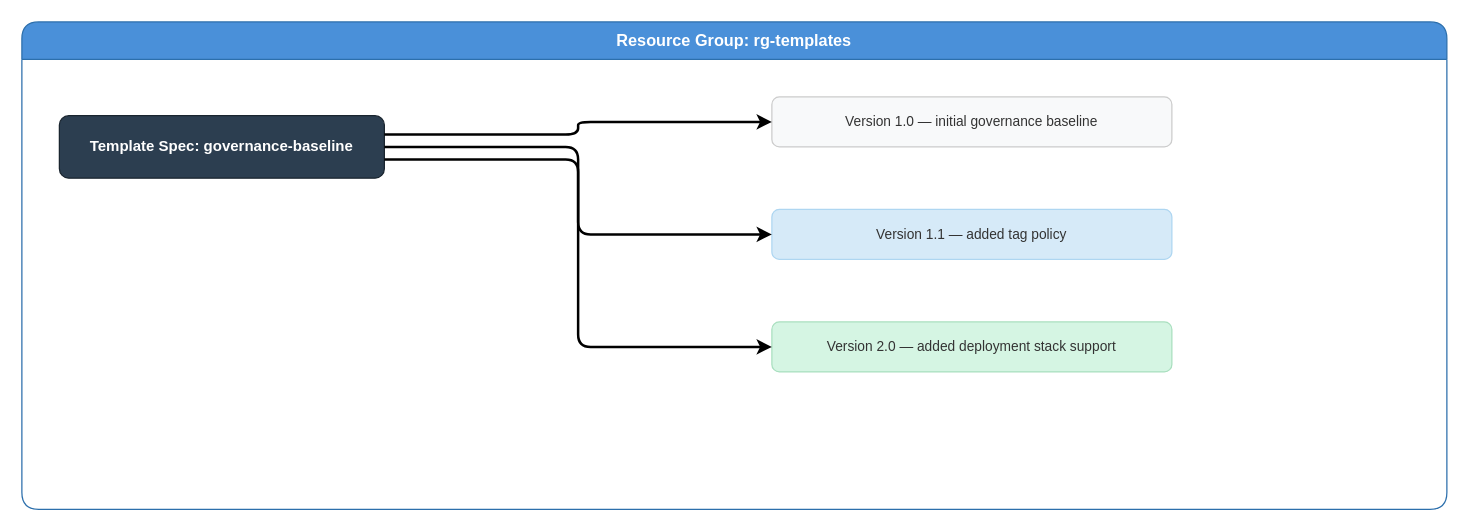
The draw.io diagram images/template-spec-versions.drawio in ricmmartins/azure-governance-made-simple, before the edit. Source tidied: cells renumbered, new cells numbered last; positions are measured from the earlier drawing's top-left corner, leaving out a move shared by most shapes. Both pictures are drawn from the tidied source at 125%, with x=0, y=0 at pixel (21, 21).
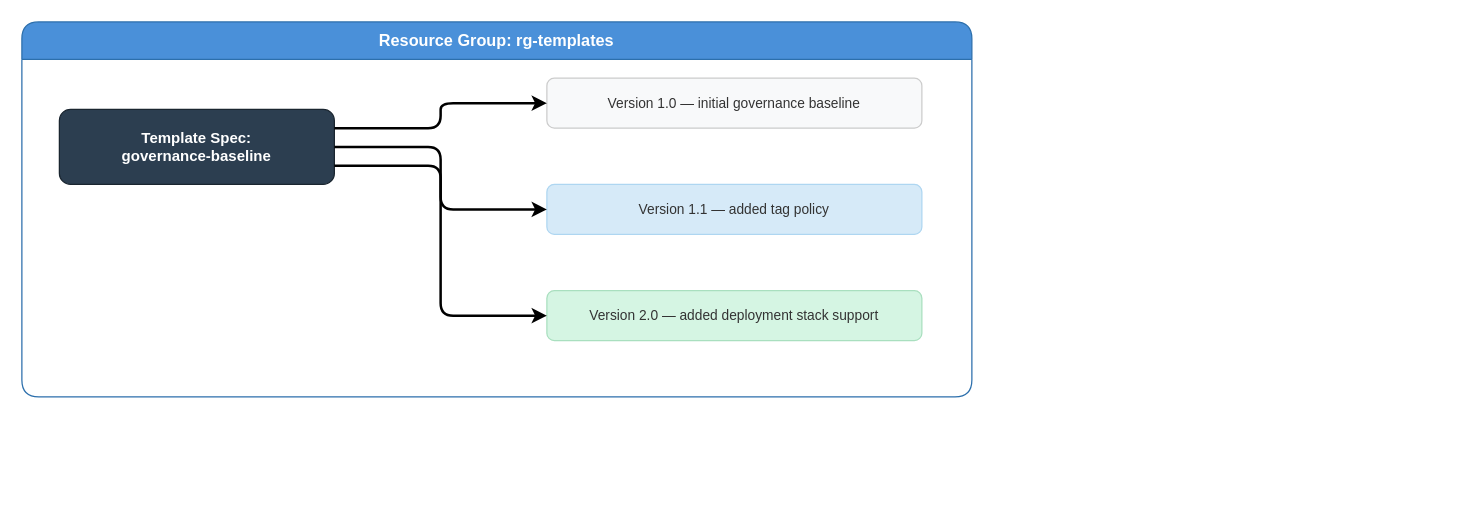
The same diagram, later.

The edit, as a diff of the source:
```diff
@@
 <mxGraphModel>
   <root>
     <mxCell id="0" />
     <mxCell id="1" parent="0" />
     <mxCell id="2" value="Resource Group: rg-templates" style="swimlane;startSize=30;fillColor=#4A90D9;fontColor=#FFFFFF;strokeColor=#2C6FAC;rounded=1;whiteSpace=wrap;fontSize=13;fontStyle=1;" parent="1" vertex="1">
-      <mxGeometry width="1140" height="390" as="geometry" />
+      <mxGeometry width="760" height="300" as="geometry" />
     </mxCell>
-    <mxCell id="3" value="Template Spec: governance-baseline" style="rounded=1;whiteSpace=wrap;fillColor=#2C3E50;fontColor=#FFFFFF;strokeColor=#1A252F;fontSize=12;fontStyle=1;" parent="2" vertex="1">
-      <mxGeometry x="30" y="75" width="260" height="50" as="geometry" />
+    <mxCell id="3" value="Template Spec:&#10;governance-baseline" style="rounded=1;whiteSpace=wrap;fillColor=#2C3E50;fontColor=#FFFFFF;strokeColor=#1A252F;fontSize=12;fontStyle=1;" parent="2" vertex="1">
+      <mxGeometry x="30" y="70" width="220" height="60" as="geometry" />
     </mxCell>
     <mxCell id="4" value="Version 1.0 — initial governance baseline" style="rounded=1;whiteSpace=wrap;fillColor=#F8F9FA;fontColor=#333333;strokeColor=#CCCCCC;fontSize=11;" parent="2" vertex="1">
-      <mxGeometry x="600" y="60" width="320" height="40" as="geometry" />
+      <mxGeometry x="420" y="45" width="300" height="40" as="geometry" />
     </mxCell>
     <mxCell id="5" value="Version 1.1 — added tag policy" style="rounded=1;whiteSpace=wrap;fillColor=#D6EAF8;fontColor=#333333;strokeColor=#AED6F1;fontSize=11;" parent="2" vertex="1">
-      <mxGeometry x="600" y="150" width="320" height="40" as="geometry" />
+      <mxGeometry x="420" y="130" width="300" height="40" as="geometry" />
     </mxCell>
     <mxCell id="6" value="Version 2.0 — added deployment stack support" style="rounded=1;whiteSpace=wrap;fillColor=#D5F5E3;fontColor=#333333;strokeColor=#A9DFBF;fontSize=11;" parent="2" vertex="1">
-      <mxGeometry x="600" y="240" width="320" height="40" as="geometry" />
+      <mxGeometry x="420" y="215" width="300" height="40" as="geometry" />
     </mxCell>
-    <mxCell id="7" style="edgeStyle=orthogonalEdgeStyle;rounded=1;strokeWidth=2;exitX=1;exitY=0.3;exitDx=0;exitDy=0;entryX=0;entryY=0.5;entryDx=0;entryDy=0;" parent="2" edge="1" source="3" target="4">
+    <mxCell id="7" style="edgeStyle=orthogonalEdgeStyle;rounded=1;strokeWidth=2;exitX=1;exitY=0.25;exitDx=0;exitDy=0;entryX=0;entryY=0.5;entryDx=0;entryDy=0;" parent="2" edge="1" source="3" target="4">
       <mxGeometry relative="1" as="geometry" />
     </mxCell>
     <mxCell id="8" style="edgeStyle=orthogonalEdgeStyle;rounded=1;strokeWidth=2;exitX=1;exitY=0.5;exitDx=0;exitDy=0;entryX=0;entryY=0.5;entryDx=0;entryDy=0;" parent="2" edge="1" source="3" target="5">
       <mxGeometry relative="1" as="geometry" />
     </mxCell>
-    <mxCell id="9" style="edgeStyle=orthogonalEdgeStyle;rounded=1;strokeWidth=2;exitX=1;exitY=0.7;exitDx=0;exitDy=0;entryX=0;entryY=0.5;entryDx=0;entryDy=0;" parent="2" edge="1" source="3" target="6">
+    <mxCell id="9" style="edgeStyle=orthogonalEdgeStyle;rounded=1;strokeWidth=2;exitX=1;exitY=0.75;exitDx=0;exitDy=0;entryX=0;entryY=0.5;entryDx=0;entryDy=0;" parent="2" edge="1" source="3" target="6">
       <mxGeometry relative="1" as="geometry" />
     </mxCell>
   </root>
 </mxGraphModel>
```
